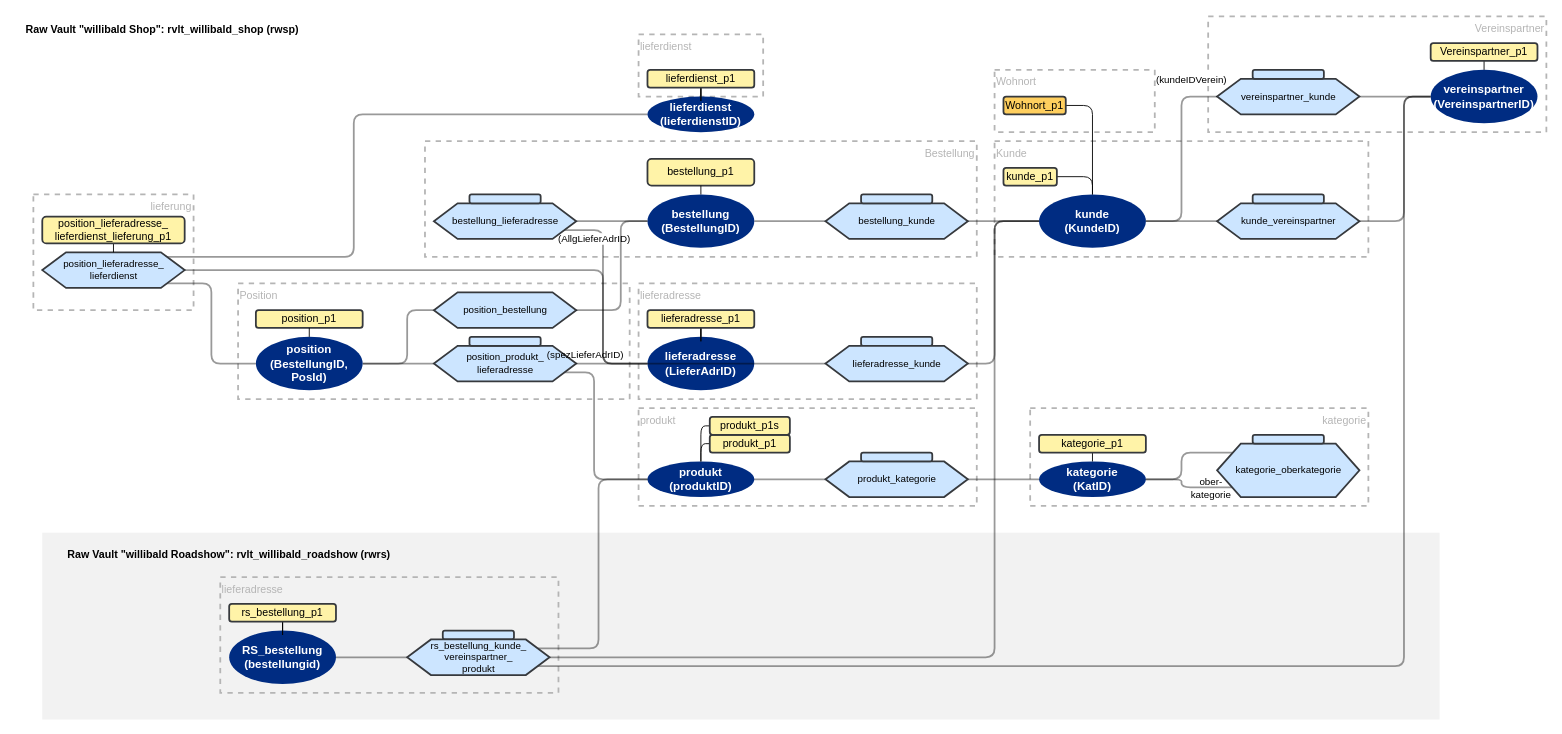
cimt-ag/data_vault_pipelinedescription keeps this draw.io diagram as documentation/images/ddvug_willibald_model.drawio. Above is the earlier version. Source tidied: cells renumbered, new cells numbered last; positions are measured from the earlier drawing's top-left corner, leaving out a move shared by most shapes. Both pictures are drawn from the tidied source at 89%, with x=0, y=0 at pixel (15, 16).
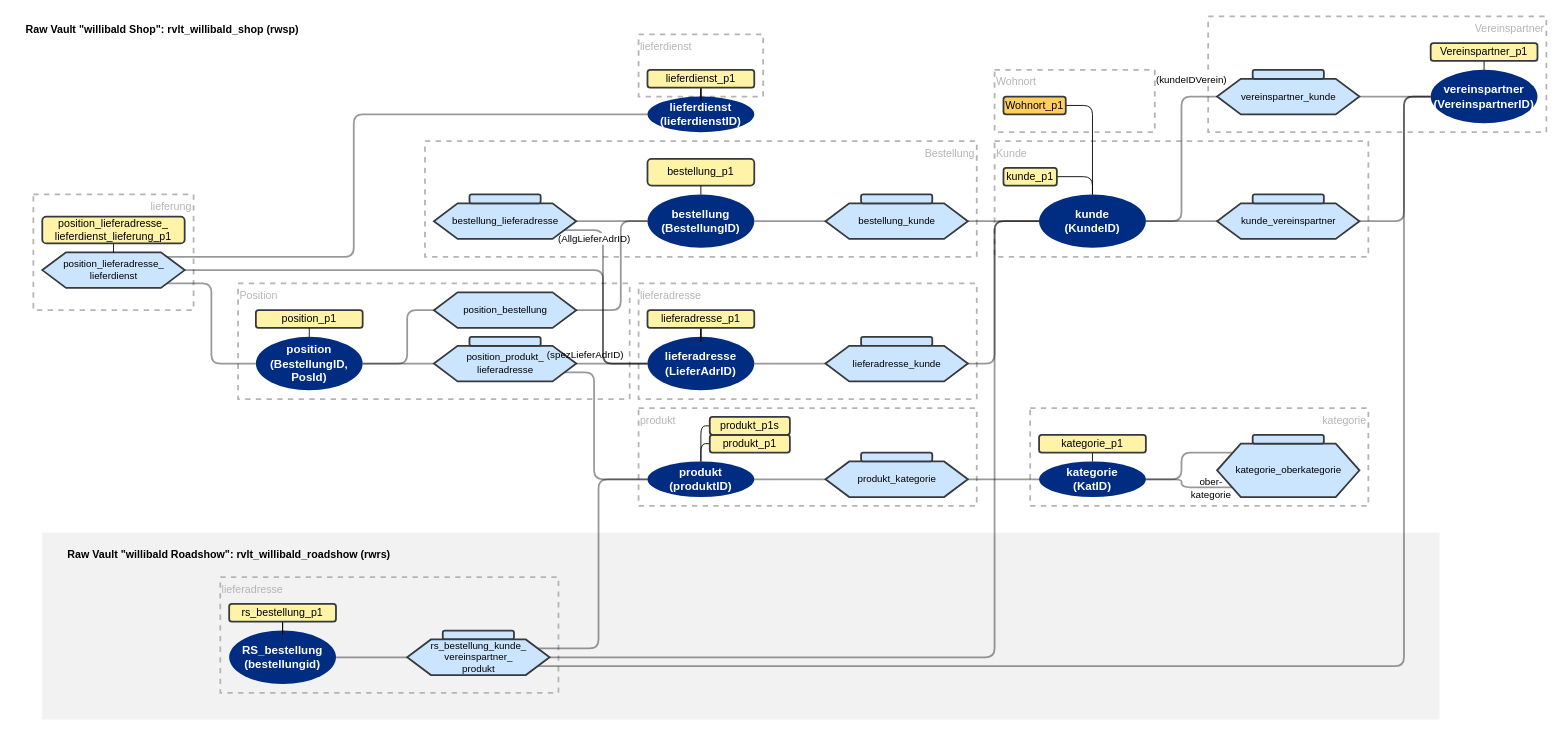
The same page after the edit.

The change refers to these unchanged cells:
```xml
<mxCell id="23" value="lieferadresse&lt;br style=&quot;font-size: 13px;&quot;&gt;(LieferAdrID)" style="strokeWidth=2;html=1;shape=mxgraph.flowchart.start_1;whiteSpace=wrap;strokeColor=none;fontColor=#ffffff;fillColor=#002C82;fontFamily=Helvetica;fontSize=13;fontStyle=1;" parent="17" vertex="1">
  <mxGeometry x="710" y="360" width="120" height="60" as="geometry" />
</mxCell>
<mxCell id="47" value="position_lieferadresse_&lt;br&gt;lieferdienst" style="verticalLabelPosition=middle;verticalAlign=middle;html=1;shape=hexagon;perimeter=hexagonPerimeter2;arcSize=6;size=0.16666666666666666;fillColor=#cce5ff;strokeColor=#36393d;strokeWidth=2;fontFamily=Helvetica;fontSize=11;fontColor=default;labelPosition=center;align=center;" parent="17" vertex="1">
  <mxGeometry x="30" y="265" width="160" height="40" as="geometry" />
</mxCell>
```

What changed in the source:
```diff
@@
-    <mxCell id="45" style="edgeStyle=orthogonalEdgeStyle;shape=connector;rounded=1;jumpStyle=none;jettySize=auto;html=1;entryX=1;entryY=0.5;entryDx=0;entryDy=0;entryPerimeter=0;labelBackgroundColor=default;strokeColor=default;strokeWidth=2;fontFamily=Helvetica;fontSize=11;fontColor=default;endArrow=none;endFill=0;opacity=40;" parent="17" edge="1" source="47" target="23">
+    <mxCell id="45" style="edgeStyle=orthogonalEdgeStyle;shape=connector;rounded=1;jumpStyle=none;jettySize=auto;html=1;labelBackgroundColor=default;strokeColor=default;strokeWidth=2;fontFamily=Helvetica;fontSize=11;fontColor=default;endArrow=none;endFill=0;opacity=40;" parent="17" edge="1" source="47" target="23">
       <mxGeometry relative="1" as="geometry">
         <Array as="points">
           <mxPoint x="660" y="285" />
           <mxPoint x="660" y="390" />
         </Array>
       </mxGeometry>
     </mxCell>
```
